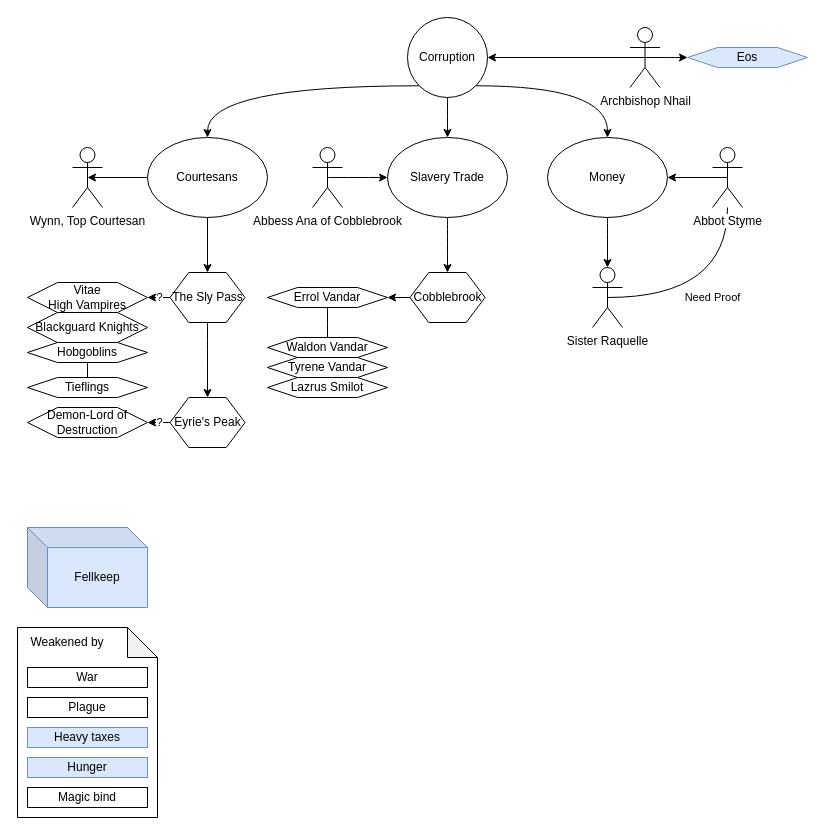
The draw.io diagram page "Corruption" (2 of 5) of Fellkeep.drawio in chrisdianru/DND5e, before the edit. Source tidied: cells renumbered, new cells numbered last; positions are measured from the earlier drawing's top-left corner, leaving out a move shared by most shapes. Both pictures are drawn from the tidied source at 100%, with x=0, y=0 at pixel (17, 17).
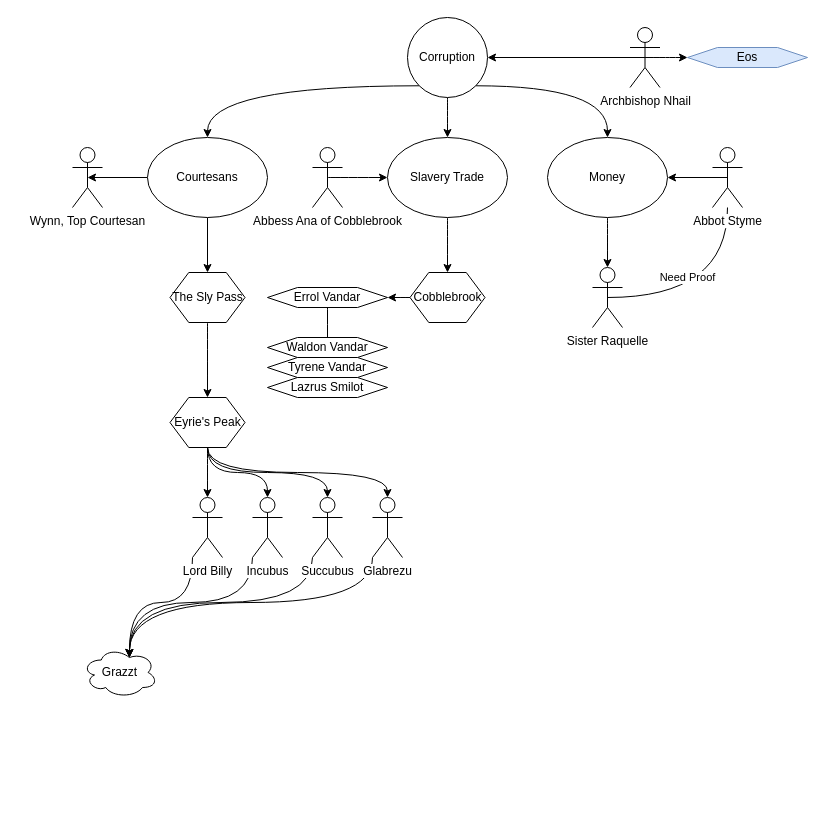
Above is the later version.

Unchanged cells that the change refers to:
```xml
<mxCell id="17" value="Sister Raquelle" style="shape=umlActor;verticalLabelPosition=bottom;labelBackgroundColor=#ffffff;verticalAlign=top;html=1;outlineConnect=0;" parent="1" vertex="1">
  <mxGeometry x="575" y="250" width="30" height="60" as="geometry" />
</mxCell>
<mxCell id="20" value="Abbot Styme" style="shape=umlActor;verticalLabelPosition=bottom;labelBackgroundColor=#ffffff;verticalAlign=top;html=1;outlineConnect=0;" parent="1" vertex="1">
  <mxGeometry x="695" y="130" width="30" height="60" as="geometry" />
</mxCell>
<mxCell id="30" value="The Sly Pass" style="shape=hexagon;perimeter=hexagonPerimeter2;whiteSpace=wrap;html=1;" parent="1" vertex="1">
  <mxGeometry x="152.5" y="255" width="75" height="50" as="geometry" />
</mxCell>
<mxCell id="34" value="Eyrie's Peak" style="shape=hexagon;perimeter=hexagonPerimeter2;whiteSpace=wrap;html=1;" parent="1" vertex="1">
  <mxGeometry x="152.5" y="380" width="75" height="50" as="geometry" />
</mxCell>
```

Change to the diagram source:
```diff
@@
-    <mxCell id="2" value="Demon-Lord of Destruction" style="shape=hexagon;perimeter=hexagonPerimeter2;whiteSpace=wrap;html=1;" parent="1" vertex="1">
-      <mxGeometry x="10" y="390" width="120" height="30" as="geometry" />
-    </mxCell>
@@
-    <mxCell id="5" style="group;" parent="1" vertex="1">
-      <mxGeometry x="10" y="265" width="120" height="80" as="geometry" />
-    </mxCell>
-    <mxCell id="6" value="Vitae&lt;br&gt;High Vampires" style="shape=hexagon;perimeter=hexagonPerimeter2;whiteSpace=wrap;html=1;" parent="5" vertex="1">
-      <mxGeometry width="120" height="30" as="geometry" />
-    </mxCell>
-    <mxCell id="7" value="Blackguard Knights" style="shape=hexagon;perimeter=hexagonPerimeter2;whiteSpace=wrap;html=1;" parent="5" vertex="1">
-      <mxGeometry y="30" width="120" height="30" as="geometry" />
-    </mxCell>
-    <mxCell id="8" value="Hobgoblins" style="shape=hexagon;perimeter=hexagonPerimeter2;whiteSpace=wrap;html=1;" parent="5" vertex="1">
-      <mxGeometry y="60" width="120" height="20" as="geometry" />
-    </mxCell>
@@
     <mxCell id="16" value="Need Proof" style="edgeStyle=orthogonalEdgeStyle;curved=1;rounded=0;jettySize=auto;html=1;exitX=0.5;exitY=0.5;exitDx=0;exitDy=0;exitPerimeter=0;endArrow=none;endFill=0;" parent="1" edge="1" source="17" target="20">
-      <mxGeometry relative="1" as="geometry" />
+      <mxGeometry x="-0.24" y="20" relative="1" as="geometry" />
     </mxCell>
@@
-    <mxCell id="28" value="?" style="edgeStyle=orthogonalEdgeStyle;curved=1;rounded=0;jettySize=auto;html=1;exitX=0;exitY=0.5;exitDx=0;exitDy=0;entryX=1;entryY=0.5;entryDx=0;entryDy=0;" parent="1" edge="1" source="30" target="6">
-      <mxGeometry relative="1" as="geometry" />
-    </mxCell>
@@
-    <mxCell id="33" value="?" style="edgeStyle=orthogonalEdgeStyle;curved=1;rounded=0;jettySize=auto;html=1;exitX=0;exitY=0.5;exitDx=0;exitDy=0;entryX=1;entryY=0.5;entryDx=0;entryDy=0;" parent="1" edge="1" source="34" target="2">
-      <mxGeometry relative="1" as="geometry" />
-    </mxCell>
+    <mxCell id="54" style="edgeStyle=orthogonalEdgeStyle;curved=1;rounded=0;jettySize=auto;html=1;exitX=0.5;exitY=1;exitDx=0;exitDy=0;entryX=0.5;entryY=0;entryDx=0;entryDy=0;entryPerimeter=0;startArrow=none;startFill=0;endArrow=classic;endFill=1;" parent="1" edge="1" source="34" target="59">
+      <mxGeometry relative="1" as="geometry" />
+    </mxCell>
+    <mxCell id="55" style="edgeStyle=orthogonalEdgeStyle;curved=1;rounded=0;jettySize=auto;html=1;exitX=0.5;exitY=1;exitDx=0;exitDy=0;entryX=0.5;entryY=0;entryDx=0;entryDy=0;entryPerimeter=0;startArrow=none;startFill=0;endArrow=classic;endFill=1;" parent="1" edge="1" source="34" target="64">
+      <mxGeometry relative="1" as="geometry" />
+    </mxCell>
+    <mxCell id="56" style="edgeStyle=orthogonalEdgeStyle;curved=1;rounded=0;jettySize=auto;html=1;exitX=0.5;exitY=1;exitDx=0;exitDy=0;entryX=0.5;entryY=0;entryDx=0;entryDy=0;entryPerimeter=0;startArrow=none;startFill=0;endArrow=classic;endFill=1;" parent="1" edge="1" source="34" target="62">
+      <mxGeometry relative="1" as="geometry" />
+    </mxCell>
+    <mxCell id="57" style="edgeStyle=orthogonalEdgeStyle;curved=1;rounded=0;jettySize=auto;html=1;exitX=0.5;exitY=1;exitDx=0;exitDy=0;entryX=0.5;entryY=0;entryDx=0;entryDy=0;entryPerimeter=0;startArrow=none;startFill=0;endArrow=classic;endFill=1;" parent="1" edge="1" source="34" target="66">
+      <mxGeometry relative="1" as="geometry" />
+    </mxCell>
@@
-    <mxCell id="41" value="Tieflings" style="shape=hexagon;perimeter=hexagonPerimeter2;whiteSpace=wrap;html=1;" parent="1" vertex="1">
-      <mxGeometry x="10" y="360" width="120" height="20" as="geometry" />
-    </mxCell>
-    <mxCell id="42" style="edgeStyle=orthogonalEdgeStyle;curved=1;rounded=0;jettySize=auto;html=1;exitX=0.5;exitY=1;exitDx=0;exitDy=0;entryX=0.5;entryY=0;entryDx=0;entryDy=0;endArrow=none;endFill=0;" parent="1" edge="1" source="8" target="41">
-      <mxGeometry relative="1" as="geometry" />
-    </mxCell>
-    <mxCell id="43" style="group;" parent="1" vertex="1">
-      <mxGeometry y="510" width="140" height="290" as="geometry" />
-    </mxCell>
-    <mxCell id="44" value="Fellkeep" style="shape=cube;whiteSpace=wrap;html=1;boundedLbl=1;backgroundOutline=1;darkOpacity=0.05;darkOpacity2=0.1;fillColor=#dae8fc;strokeColor=#6c8ebf;" parent="43" vertex="1">
-      <mxGeometry x="10" width="120" height="80" as="geometry" />
-    </mxCell>
-    <mxCell id="45" style="group;" parent="43" vertex="1">
-      <mxGeometry y="100" width="140" height="190" as="geometry" />
-    </mxCell>
-    <mxCell id="46" style="shape=note;whiteSpace=wrap;html=1;backgroundOutline=1;darkOpacity=0.05;" parent="45" vertex="1">
-      <mxGeometry width="140" height="190" as="geometry" />
-    </mxCell>
-    <mxCell id="47" value="War" style="rounded=0;whiteSpace=wrap;html=1;" parent="45" vertex="1">
-      <mxGeometry x="10" y="40" width="120" height="20" as="geometry" />
-    </mxCell>
-    <mxCell id="48" value="Plague" style="rounded=0;whiteSpace=wrap;html=1;" parent="45" vertex="1">
-      <mxGeometry x="10" y="70" width="120" height="20" as="geometry" />
-    </mxCell>
-    <mxCell id="49" value="Heavy taxes" style="rounded=0;whiteSpace=wrap;html=1;fillColor=#dae8fc;strokeColor=#6c8ebf;" parent="45" vertex="1">
-      <mxGeometry x="10" y="100" width="120" height="20" as="geometry" />
-    </mxCell>
-    <mxCell id="50" value="Hunger" style="rounded=0;whiteSpace=wrap;html=1;fillColor=#dae8fc;strokeColor=#6c8ebf;" parent="45" vertex="1">
-      <mxGeometry x="10" y="130" width="120" height="20" as="geometry" />
-    </mxCell>
-    <mxCell id="51" value="Magic bind&lt;br&gt;" style="rounded=0;whiteSpace=wrap;html=1;" parent="45" vertex="1">
-      <mxGeometry x="10" y="160" width="120" height="20" as="geometry" />
-    </mxCell>
-    <mxCell id="52" value="Weakened by" style="text;html=1;strokeColor=none;fillColor=none;align=center;verticalAlign=middle;whiteSpace=wrap;rounded=0;" parent="45" vertex="1">
-      <mxGeometry x="10" y="5" width="80" height="20" as="geometry" />
-    </mxCell>
@@
+    <mxCell id="58" style="edgeStyle=orthogonalEdgeStyle;curved=1;rounded=0;jettySize=auto;html=1;exitX=0;exitY=1;exitDx=0;exitDy=0;exitPerimeter=0;entryX=0.625;entryY=0.2;entryDx=0;entryDy=0;entryPerimeter=0;startArrow=none;startFill=0;endArrow=classic;endFill=1;" parent="1" edge="1" source="59" target="60">
+      <mxGeometry relative="1" as="geometry">
+        <Array as="points">
+          <mxPoint x="175" y="585" />
+          <mxPoint x="112" y="585" />
+        </Array>
+      </mxGeometry>
+    </mxCell>
+    <mxCell id="59" value="Lord Billy" style="shape=umlActor;verticalLabelPosition=bottom;labelBackgroundColor=#ffffff;verticalAlign=top;html=1;outlineConnect=0;" parent="1" vertex="1">
+      <mxGeometry x="175" y="480" width="30" height="60" as="geometry" />
+    </mxCell>
+    <mxCell id="60" value="Grazzt" style="ellipse;shape=cloud;whiteSpace=wrap;html=1;" parent="1" vertex="1">
+      <mxGeometry x="65" y="630" width="75" height="50" as="geometry" />
+    </mxCell>
+    <mxCell id="61" style="edgeStyle=orthogonalEdgeStyle;curved=1;rounded=0;jettySize=auto;html=1;exitX=0;exitY=1;exitDx=0;exitDy=0;exitPerimeter=0;entryX=0.625;entryY=0.2;entryDx=0;entryDy=0;entryPerimeter=0;startArrow=none;startFill=0;endArrow=classic;endFill=1;" parent="1" edge="1" source="62" target="60">
+      <mxGeometry relative="1" as="geometry" />
+    </mxCell>
+    <mxCell id="62" value="Succubus" style="shape=umlActor;verticalLabelPosition=bottom;labelBackgroundColor=#ffffff;verticalAlign=top;html=1;outlineConnect=0;" parent="1" vertex="1">
+      <mxGeometry x="295" y="480" width="30" height="60" as="geometry" />
+    </mxCell>
+    <mxCell id="63" style="edgeStyle=orthogonalEdgeStyle;curved=1;rounded=0;jettySize=auto;html=1;exitX=0;exitY=1;exitDx=0;exitDy=0;exitPerimeter=0;entryX=0.625;entryY=0.2;entryDx=0;entryDy=0;entryPerimeter=0;startArrow=none;startFill=0;endArrow=classic;endFill=1;" parent="1" edge="1" source="64" target="60">
+      <mxGeometry relative="1" as="geometry" />
+    </mxCell>
+    <mxCell id="64" value="Incubus" style="shape=umlActor;verticalLabelPosition=bottom;labelBackgroundColor=#ffffff;verticalAlign=top;html=1;outlineConnect=0;" parent="1" vertex="1">
+      <mxGeometry x="235" y="480" width="30" height="60" as="geometry" />
+    </mxCell>
+    <mxCell id="65" style="edgeStyle=orthogonalEdgeStyle;curved=1;rounded=0;jettySize=auto;html=1;exitX=0;exitY=1;exitDx=0;exitDy=0;exitPerimeter=0;startArrow=none;startFill=0;endArrow=classic;endFill=1;entryX=0.625;entryY=0.2;entryDx=0;entryDy=0;entryPerimeter=0;" parent="1" edge="1" source="66" target="60">
+      <mxGeometry relative="1" as="geometry" />
+    </mxCell>
+    <mxCell id="66" value="Glabrezu" style="shape=umlActor;verticalLabelPosition=bottom;labelBackgroundColor=#ffffff;verticalAlign=top;html=1;outlineConnect=0;" parent="1" vertex="1">
+      <mxGeometry x="355" y="480" width="30" height="60" as="geometry" />
+    </mxCell>
```
